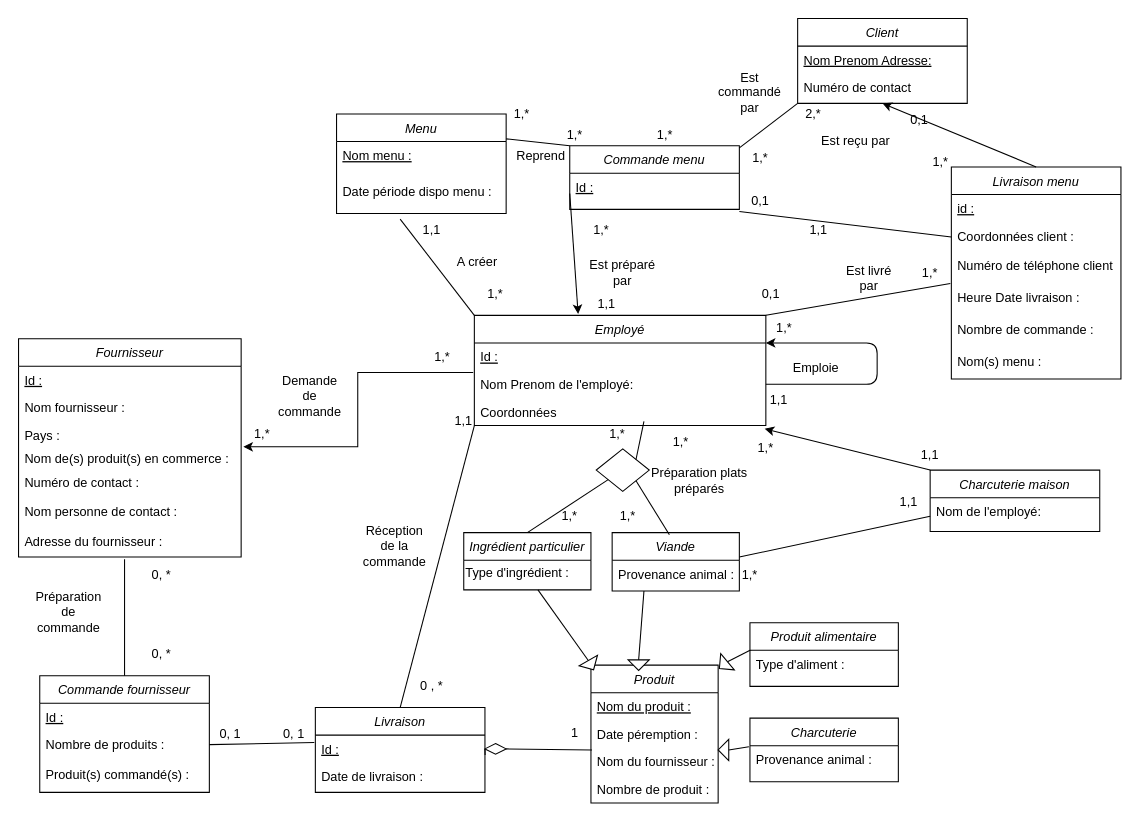
Above: Untitled Diagram.drawio in NHatim/aca (draw.io), before the change. Source tidied: cells renumbered, new cells numbered last; positions are measured from the earlier drawing's top-left corner, leaving out a move shared by most shapes. Both pictures are drawn from the tidied source at 106%, with x=0, y=0 at pixel (18, 18).
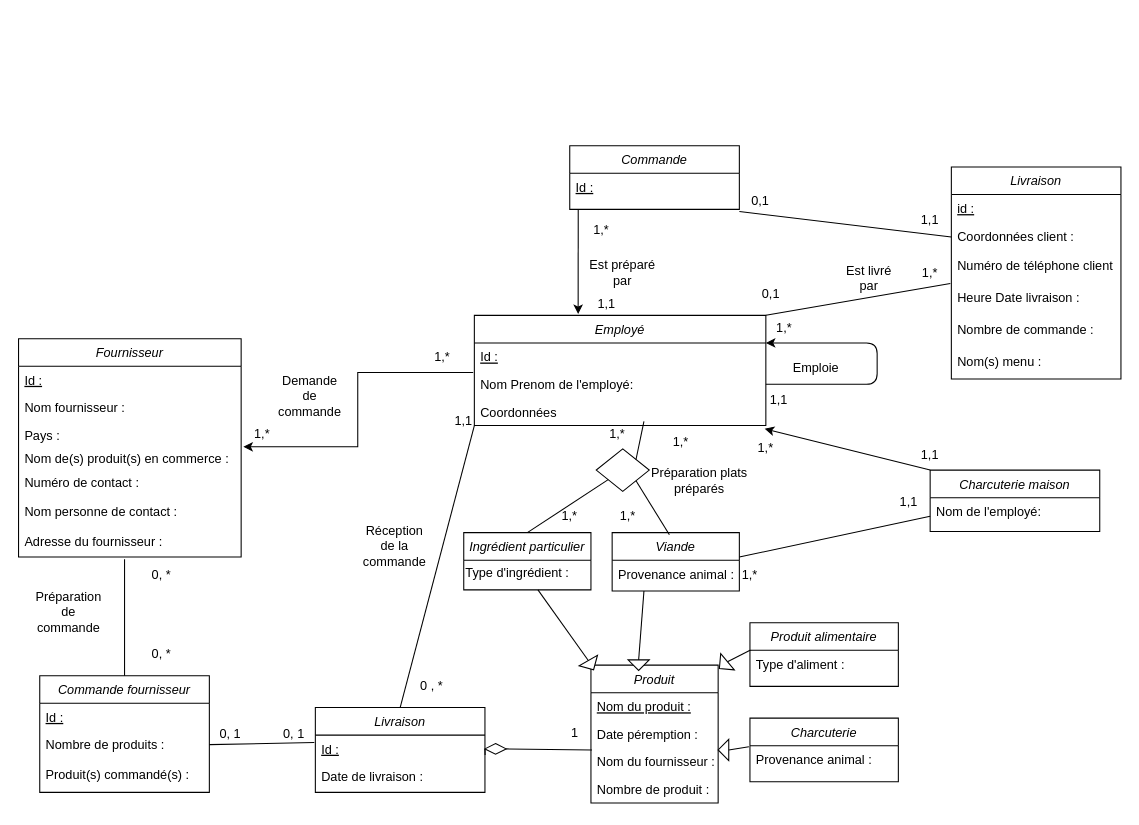
The same diagram, later.

Unchanged cells that the change refers to:
```xml
<mxCell id="34" value="Employé" style="swimlane;fontStyle=2;align=center;verticalAlign=top;horizontal=1;startSize=26;rounded=0;shadow=0;strokeWidth=1;" parent="1" vertex="1">
  <mxGeometry x="430" y="280" width="275" height="104" as="geometry" />
</mxCell>
```

What changed in the source:
```diff
@@
-    <mxCell id="78" value="Commande menu" style="swimlane;fontStyle=2;align=center;verticalAlign=top;horizontal=1;startSize=26;rounded=0;shadow=0;strokeWidth=1;" parent="1" vertex="1">
+    <mxCell id="78" value="Commande" style="swimlane;fontStyle=2;align=center;verticalAlign=top;horizontal=1;startSize=26;rounded=0;shadow=0;strokeWidth=1;" parent="1" vertex="1">
       <mxGeometry x="520" y="120" width="160" height="60" as="geometry" />
     </mxCell>
@@
-    <mxCell id="80" value="Menu" style="swimlane;fontStyle=2;align=center;verticalAlign=top;horizontal=1;startSize=26;rounded=0;shadow=0;strokeWidth=1;" parent="1" vertex="1">
-      <mxGeometry x="300" y="90" width="160" height="94" as="geometry" />
-    </mxCell>
-    <mxCell id="81" value="Nom menu :" style="text;align=left;verticalAlign=top;spacingLeft=4;spacingRight=4;overflow=hidden;fontStyle=4;" parent="80" vertex="1">
-      <mxGeometry y="26" width="160" height="34" as="geometry" />
-    </mxCell>
-    <mxCell id="82" value="Date période dispo menu :" style="text;align=left;verticalAlign=top;spacingLeft=4;spacingRight=4;overflow=hidden;points=[[0,0.5],[1,0.5]];portConstraint=eastwest;fontStyle=0;" parent="80" vertex="1">
-      <mxGeometry y="60" width="160" height="34" as="geometry" />
-    </mxCell>
-    <mxCell id="83" value="Client" style="swimlane;fontStyle=2;align=center;verticalAlign=top;horizontal=1;startSize=26;rounded=0;shadow=0;strokeWidth=1;" parent="1" vertex="1">
-      <mxGeometry x="735" width="160" height="80" as="geometry" />
-    </mxCell>
-    <mxCell id="84" value="Nom Prenom Adresse:" style="text;align=left;verticalAlign=top;spacingLeft=4;spacingRight=4;overflow=hidden;fontStyle=4;" parent="83" vertex="1">
-      <mxGeometry y="26" width="160" height="26" as="geometry" />
-    </mxCell>
-    <mxCell id="85" value="Numéro de contact" style="text;align=left;verticalAlign=top;spacingLeft=4;spacingRight=4;overflow=hidden;" parent="83" vertex="1">
-      <mxGeometry y="52" width="160" height="26" as="geometry" />
-    </mxCell>
-    <mxCell id="86" style="endArrow=none;html=1;exitX=1;exitY=0.25;exitDx=0;exitDy=0;entryX=0;entryY=0;entryDx=0;entryDy=0;" parent="1" edge="1" source="80" target="78">
-      <mxGeometry relative="1" as="geometry" />
-    </mxCell>
-    <mxCell id="87" value="1,1" style="text;html=1;strokeColor=none;fillColor=none;align=center;verticalAlign=middle;whiteSpace=wrap;rounded=0;" parent="1" vertex="1">
-      <mxGeometry x="370" y="190" width="40" height="20" as="geometry" />
-    </mxCell>
-    <mxCell id="88" value="A créer" style="text;html=1;strokeColor=none;fillColor=none;align=center;verticalAlign=middle;whiteSpace=wrap;rounded=0;" parent="1" vertex="1">
-      <mxGeometry x="412.5" y="220" width="40" height="20" as="geometry" />
-    </mxCell>
-    <mxCell id="89" style="endArrow=classic;html=1;entryX=0.356;entryY=-0.012;entryDx=0;entryDy=0;exitX=0;exitY=0.75;exitDx=0;exitDy=0;entryPerimeter=0;" parent="1" edge="1" source="78" target="34">
-      <mxGeometry relative="1" as="geometry" />
+    <mxCell id="89" style="endArrow=classic;html=1;entryX=0.356;entryY=-0.012;entryDx=0;entryDy=0;entryPerimeter=0;" parent="1" edge="1" target="34">
+      <mxGeometry relative="1" as="geometry">
+        <mxPoint x="528" y="180" as="sourcePoint" />
+      </mxGeometry>
     </mxCell>
@@
-    <mxCell id="91" value="1,*" style="text;html=1;strokeColor=none;fillColor=none;align=center;verticalAlign=middle;whiteSpace=wrap;rounded=0;" parent="1" vertex="1">
-      <mxGeometry x="455" y="80" width="40" height="20" as="geometry" />
-    </mxCell>
-    <mxCell id="92" value="1,*" style="text;html=1;strokeColor=none;fillColor=none;align=center;verticalAlign=middle;whiteSpace=wrap;rounded=0;" parent="1" vertex="1">
-      <mxGeometry x="505" y="100" width="40" height="20" as="geometry" />
-    </mxCell>
@@
-    <mxCell id="95" value="Reprend" style="text;html=1;strokeColor=none;fillColor=none;align=center;verticalAlign=middle;whiteSpace=wrap;rounded=0;" parent="1" vertex="1">
-      <mxGeometry x="472.5" y="120" width="40" height="20" as="geometry" />
-    </mxCell>
-    <mxCell id="96" value="1,*" style="text;html=1;strokeColor=none;fillColor=none;align=center;verticalAlign=middle;whiteSpace=wrap;rounded=0;" parent="1" vertex="1">
-      <mxGeometry x="590" y="100" width="40" height="20" as="geometry" />
-    </mxCell>
-    <mxCell id="97" value="Est commandé par" style="text;html=1;strokeColor=none;fillColor=none;align=center;verticalAlign=middle;whiteSpace=wrap;rounded=0;" parent="1" vertex="1">
-      <mxGeometry x="660" y="60" width="60" height="20" as="geometry" />
-    </mxCell>
-    <mxCell id="98" value="1,*" style="text;html=1;strokeColor=none;fillColor=none;align=center;verticalAlign=middle;whiteSpace=wrap;rounded=0;" parent="1" vertex="1">
-      <mxGeometry x="680" y="122" width="40" height="20" as="geometry" />
-    </mxCell>
-    <mxCell id="99" style="endArrow=none;html=1;entryX=0;entryY=1;entryDx=0;entryDy=0;exitX=0;exitY=0;exitDx=0;exitDy=0;" parent="1" edge="1" source="98" target="83">
-      <mxGeometry relative="1" as="geometry" />
-    </mxCell>
-    <mxCell id="100" value="2,*" style="text;html=1;strokeColor=none;fillColor=none;align=center;verticalAlign=middle;whiteSpace=wrap;rounded=0;" parent="1" vertex="1">
-      <mxGeometry x="730" y="80" width="40" height="20" as="geometry" />
-    </mxCell>
-    <mxCell id="101" value="Livraison menu" style="swimlane;fontStyle=2;align=center;verticalAlign=top;horizontal=1;startSize=26;rounded=0;shadow=0;strokeWidth=1;" parent="1" vertex="1">
+    <mxCell id="101" value="Livraison" style="swimlane;fontStyle=2;align=center;verticalAlign=top;horizontal=1;startSize=26;rounded=0;shadow=0;strokeWidth=1;" parent="1" vertex="1">
       <mxGeometry x="880" y="140" width="160" height="200" as="geometry" />
     </mxCell>
@@
-    <mxCell id="109" style="endArrow=classic;html=1;entryX=0.5;entryY=1;entryDx=0;entryDy=0;exitX=0.5;exitY=0;exitDx=0;exitDy=0;" parent="1" edge="1" source="101" target="83">
-      <mxGeometry relative="1" as="geometry" />
-    </mxCell>
@@
-    <mxCell id="111" value="0,1" style="text;html=1;strokeColor=none;fillColor=none;align=center;verticalAlign=middle;whiteSpace=wrap;rounded=0;" parent="1" vertex="1">
-      <mxGeometry x="830" y="86" width="40" height="20" as="geometry" />
-    </mxCell>
-    <mxCell id="112" value="Est reçu par" style="text;html=1;strokeColor=none;fillColor=none;align=center;verticalAlign=middle;whiteSpace=wrap;rounded=0;" parent="1" vertex="1">
-      <mxGeometry x="750" y="106" width="80" height="20" as="geometry" />
-    </mxCell>
-    <mxCell id="113" value="1,*" style="text;html=1;strokeColor=none;fillColor=none;align=center;verticalAlign=middle;whiteSpace=wrap;rounded=0;" parent="1" vertex="1">
-      <mxGeometry x="850" y="126" width="40" height="20" as="geometry" />
-    </mxCell>
@@
     <mxCell id="115" value="1,1" style="text;html=1;strokeColor=none;fillColor=none;align=center;verticalAlign=middle;whiteSpace=wrap;rounded=0;" parent="1" vertex="1">
-      <mxGeometry x="735" y="190" width="40" height="20" as="geometry" />
+      <mxGeometry x="840" y="180" width="40" height="20" as="geometry" />
     </mxCell>
@@
-    <mxCell id="123" style="endArrow=none;html=1;entryX=0.375;entryY=1.154;entryDx=0;entryDy=0;entryPerimeter=0;exitX=0;exitY=0;exitDx=0;exitDy=0;" parent="1" edge="1" source="34" target="82">
-      <mxGeometry relative="1" as="geometry" />
-    </mxCell>
-    <mxCell id="124" value="1,*" style="text;html=1;strokeColor=none;fillColor=none;align=center;verticalAlign=middle;whiteSpace=wrap;rounded=0;" parent="1" vertex="1">
-      <mxGeometry x="430" y="250" width="40" height="20" as="geometry" />
-    </mxCell>
```
